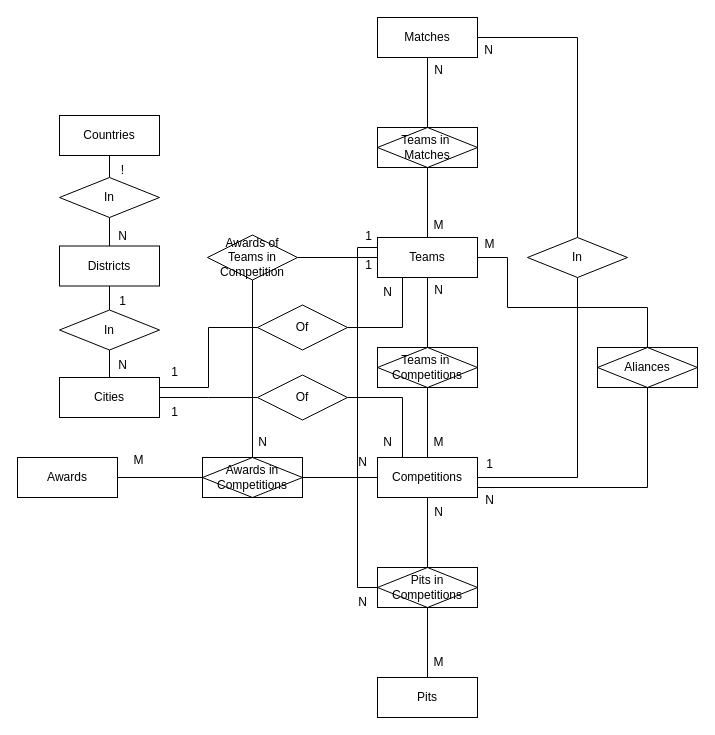
Above: ERD_final_draft.drawio in EthanChartoff/robotics_statistics (draw.io), before the change. Source tidied: cells renumbered, new cells numbered last; positions are measured from the earlier drawing's top-left corner, leaving out a move shared by most shapes. Both pictures are drawn from the tidied source at 100%, with x=0, y=0 at pixel (17, 17).
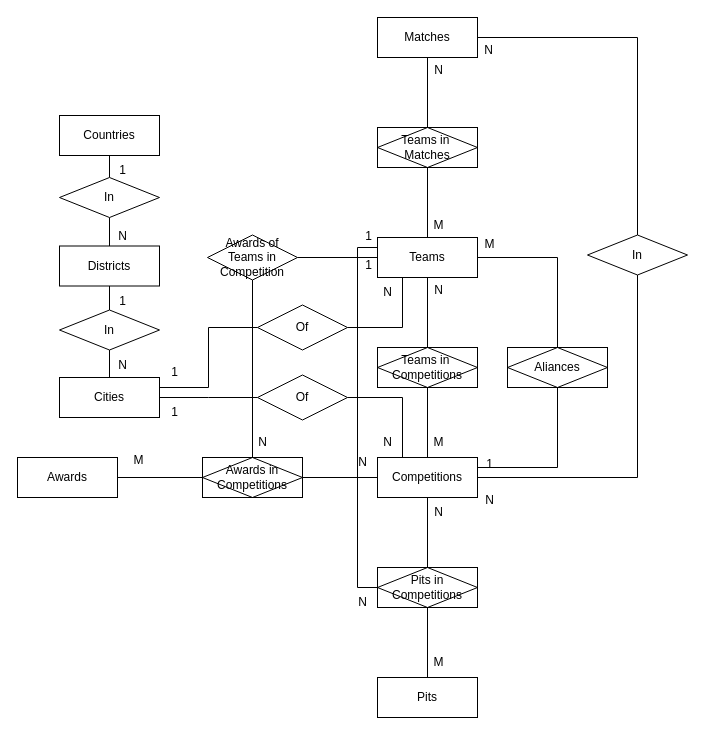
The same page after the edit.

Unchanged cells that the change refers to:
```xml
<mxCell id="4" value="Teams" style="whiteSpace=wrap;html=1;align=center;" parent="1" vertex="1">
  <mxGeometry x="360" y="220" width="100" height="40" as="geometry" />
</mxCell>
<mxCell id="8" value="Competitions" style="whiteSpace=wrap;html=1;align=center;" parent="1" vertex="1">
  <mxGeometry x="360" y="440" width="100" height="40" as="geometry" />
</mxCell>
<mxCell id="19" value="1" style="text;html=1;align=center;verticalAlign=middle;points=[];strokeColor=none;fillColor=none;" parent="1" vertex="1">
  <mxGeometry x="457" y="432" width="30" height="30" as="geometry" />
</mxCell>
```

What changed in the source:
```diff
@@
-    <mxCell id="7" style="edgeStyle=orthogonalEdgeStyle;rounded=0;jettySize=auto;html=1;exitX=1;exitY=0.75;exitDx=0;exitDy=0;endArrow=none;endFill=0;" parent="1" edge="1" source="8" target="42">
+    <mxCell id="7" style="edgeStyle=orthogonalEdgeStyle;rounded=0;jettySize=auto;html=1;exitX=0.1;exitY=0.6;exitDx=0;exitDy=0;endArrow=none;endFill=0;exitPerimeter=0;" parent="1" edge="1" source="19" target="42">
       <mxGeometry relative="1" as="geometry" />
     </mxCell>
@@
     <mxCell id="27" value="In" style="shape=rhombus;perimeter=rhombusPerimeter;whiteSpace=wrap;html=1;align=center;" parent="1" vertex="1">
-      <mxGeometry x="510" y="220" width="100" height="40" as="geometry" />
+      <mxGeometry x="570" y="217.5" width="100" height="40" as="geometry" />
     </mxCell>
@@
     <mxCell id="41" style="edgeStyle=orthogonalEdgeStyle;rounded=0;jettySize=auto;html=1;exitX=0.5;exitY=0;exitDx=0;exitDy=0;entryX=1;entryY=0.5;entryDx=0;entryDy=0;endArrow=none;endFill=0;" parent="1" edge="1" source="42" target="4">
-      <mxGeometry relative="1" as="geometry">
-        <Array as="points">
-          <mxPoint x="630" y="290" />
-          <mxPoint x="490" y="290" />
-          <mxPoint x="490" y="240" />
-        </Array>
-      </mxGeometry>
+      <mxGeometry relative="1" as="geometry" />
     </mxCell>
     <mxCell id="42" value="Aliances" style="shape=associativeEntity;whiteSpace=wrap;html=1;align=center;" parent="1" vertex="1">
-      <mxGeometry x="580" y="330" width="100" height="40" as="geometry" />
+      <mxGeometry x="490" y="330" width="100" height="40" as="geometry" />
     </mxCell>
@@
-    <mxCell id="67" value="!" style="text;html=1;align=center;verticalAlign=middle;strokeColor=none;fillColor=none;" parent="1" vertex="1">
+    <mxCell id="67" value="1" style="text;html=1;align=center;verticalAlign=middle;strokeColor=none;fillColor=none;" parent="1" vertex="1">
       <mxGeometry x="90" y="138" width="30" height="30" as="geometry" />
     </mxCell>
```
